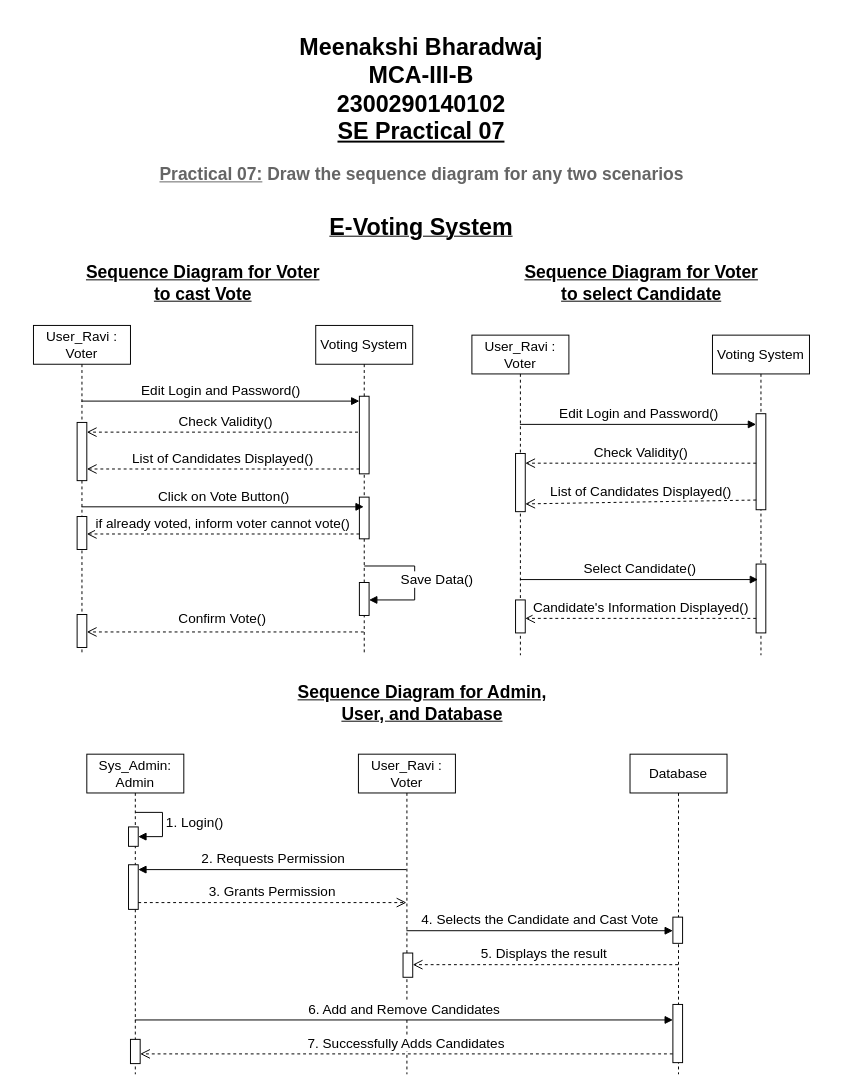
Earlier version of the draw.io diagram SE new1.drawio (mbtions/drawioDiagrams). Source tidied: cells renumbered, new cells numbered last; positions are measured from the earlier drawing's top-left corner, leaving out a move shared by most shapes. Both pictures are drawn from the tidied source at 97%, with x=0, y=0 at pixel (33, 26).
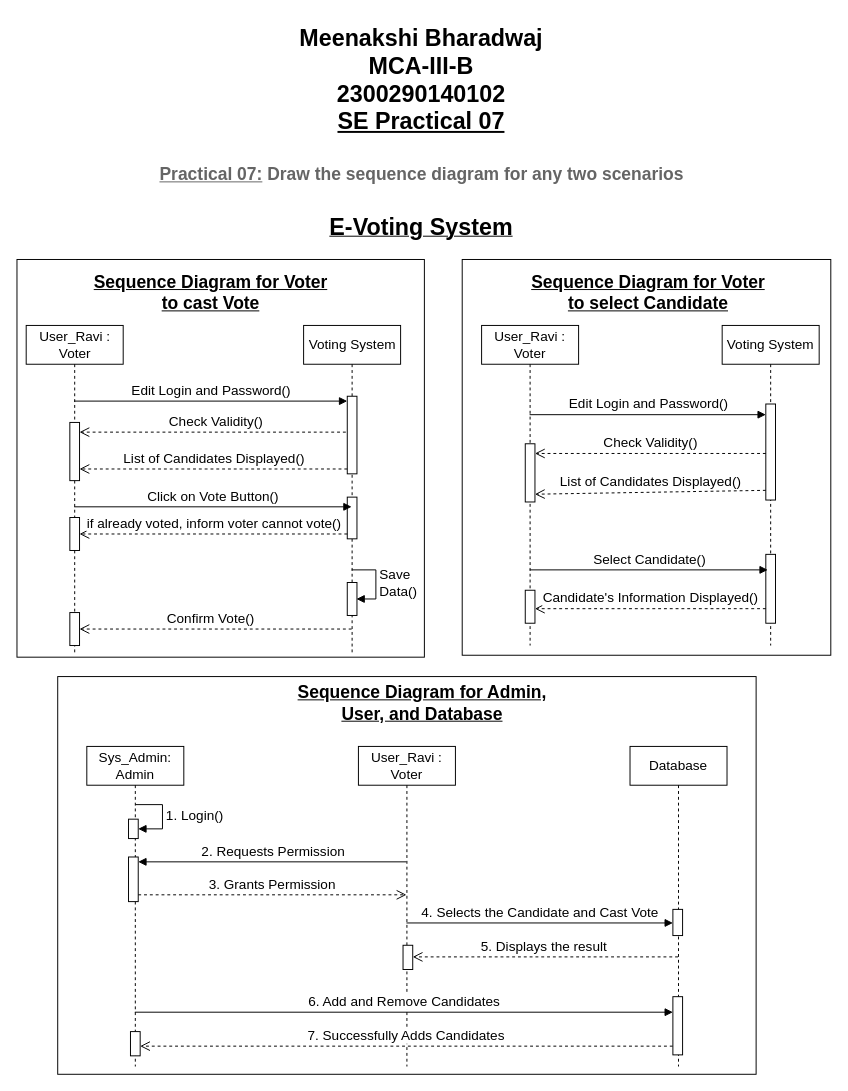
The same diagram, later.

Unchanged cells that the change refers to:
```xml
<mxCell id="10" style="html=1;points=[[0,0,0,0,5],[0,1,0,0,-5],[1,0,0,0,5],[1,1,0,0,-5]];perimeter=orthogonalPerimeter;outlineConnect=0;targetShapes=umlLifeline;portConstraint=eastwest;newEdgeStyle={&quot;curved&quot;:0,&quot;rounded&quot;:0};" parent="9" vertex="1">
  <mxGeometry x="45" y="100" width="10" height="60" as="geometry" />
</mxCell>
<mxCell id="13" style="html=1;points=[[0,0,0,0,5],[0,1,0,0,-5],[1,0,0,0,5],[1,1,0,0,-5]];perimeter=orthogonalPerimeter;outlineConnect=0;targetShapes=umlLifeline;portConstraint=eastwest;newEdgeStyle={&quot;curved&quot;:0,&quot;rounded&quot;:0};" parent="12" vertex="1">
  <mxGeometry x="45" y="177" width="10" height="43" as="geometry" />
</mxCell>
<mxCell id="14" style="html=1;points=[[0,0,0,0,5],[0,1,0,0,-5],[1,0,0,0,5],[1,1,0,0,-5]];perimeter=orthogonalPerimeter;outlineConnect=0;targetShapes=umlLifeline;portConstraint=eastwest;newEdgeStyle={&quot;curved&quot;:0,&quot;rounded&quot;:0};" parent="12" vertex="1">
  <mxGeometry x="45" y="73" width="10" height="80" as="geometry" />
</mxCell>
<mxCell id="19" style="html=1;points=[[0,0,0,0,5],[0,1,0,0,-5],[1,0,0,0,5],[1,1,0,0,-5]];perimeter=orthogonalPerimeter;outlineConnect=0;targetShapes=umlLifeline;portConstraint=eastwest;newEdgeStyle={&quot;curved&quot;:0,&quot;rounded&quot;:0};" parent="18" vertex="1">
  <mxGeometry x="45" y="122" width="10" height="60" as="geometry" />
</mxCell>
<mxCell id="20" style="html=1;points=[[0,0,0,0,5],[0,1,0,0,-5],[1,0,0,0,5],[1,1,0,0,-5]];perimeter=orthogonalPerimeter;outlineConnect=0;targetShapes=umlLifeline;portConstraint=eastwest;newEdgeStyle={&quot;curved&quot;:0,&quot;rounded&quot;:0};" parent="18" vertex="1">
  <mxGeometry x="45" y="273" width="10" height="34" as="geometry" />
</mxCell>
<mxCell id="35" style="html=1;points=[[0,0,0,0,5],[0,1,0,0,-5],[1,0,0,0,5],[1,1,0,0,-5]];perimeter=orthogonalPerimeter;outlineConnect=0;targetShapes=umlLifeline;portConstraint=eastwest;newEdgeStyle={&quot;curved&quot;:0,&quot;rounded&quot;:0};" parent="32" vertex="1">
  <mxGeometry x="43" y="114" width="10" height="46" as="geometry" />
</mxCell>
```

The edit, as a diff of the source:
```diff
@@
+    <mxCell id="51" style="rounded=0;whiteSpace=wrap;html=1;" parent="1" vertex="1">
+      <mxGeometry x="25" y="670" width="720" height="410" as="geometry" />
+    </mxCell>
+    <mxCell id="52" style="rounded=0;whiteSpace=wrap;html=1;" parent="1" vertex="1">
+      <mxGeometry x="442" y="240" width="380" height="408" as="geometry" />
+    </mxCell>
+    <mxCell id="53" style="rounded=0;whiteSpace=wrap;html=1;" parent="1" vertex="1">
+      <mxGeometry x="-17" y="240" width="420" height="410" as="geometry" />
+    </mxCell>
@@
     <mxCell id="3" value="&lt;font style=&quot;font-size: 24px;&quot;&gt;&lt;b style=&quot;&quot;&gt;Meenakshi Bharadwaj&lt;/b&gt;&lt;/font&gt;&lt;div&gt;&lt;font style=&quot;font-size: 24px;&quot;&gt;&lt;b&gt;MCA-III-B&lt;/b&gt;&lt;/font&gt;&lt;/div&gt;&lt;div&gt;&lt;font style=&quot;font-size: 24px;&quot;&gt;&lt;b&gt;2300290140102&lt;/b&gt;&lt;/font&gt;&lt;/div&gt;&lt;div&gt;&lt;font style=&quot;font-size: 24px;&quot;&gt;&lt;b style=&quot;&quot;&gt;&lt;u style=&quot;&quot;&gt;SE Practical 07&lt;/u&gt;&lt;/b&gt;&lt;/font&gt;&lt;/div&gt;" style="text;html=1;align=center;verticalAlign=middle;whiteSpace=wrap;rounded=0;" parent="1" vertex="1">
-      <mxGeometry width="800" height="130" as="geometry" />
+      <mxGeometry y="-10" width="800" height="130" as="geometry" />
     </mxCell>
@@
     <mxCell id="5" value="&lt;font style=&quot;font-size: 18px;&quot;&gt;&lt;b&gt;&lt;u&gt;Sequence Diagram for Voter to cast Vote&lt;/u&gt;&lt;/b&gt;&lt;/font&gt;" style="text;html=1;align=center;verticalAlign=middle;whiteSpace=wrap;rounded=0;" parent="1" vertex="1">
-      <mxGeometry x="45" y="250" width="260" height="30" as="geometry" />
+      <mxGeometry x="52.5" y="260" width="260" height="30" as="geometry" />
     </mxCell>
     <mxCell id="6" value="&lt;font style=&quot;font-size: 18px;&quot;&gt;&lt;b&gt;&lt;u&gt;Sequence Diagram for Voter to select Candidate&lt;/u&gt;&lt;/b&gt;&lt;/font&gt;" style="text;html=1;align=center;verticalAlign=middle;whiteSpace=wrap;rounded=0;" parent="1" vertex="1">
-      <mxGeometry x="495" y="250" width="264" height="30" as="geometry" />
+      <mxGeometry x="502" y="260" width="264" height="30" as="geometry" />
     </mxCell>
-    <mxCell id="7" value="&lt;font style=&quot;font-size: 14px;&quot;&gt;Edit Login and Password()&lt;/font&gt;" style="html=1;verticalAlign=bottom;endArrow=block;curved=0;rounded=0;entryX=0;entryY=0;entryDx=0;entryDy=5;" parent="1" edge="1" target="14">
-      <mxGeometry relative="1" as="geometry">
-        <mxPoint x="49.5" y="386" as="sourcePoint" />
-      </mxGeometry>
+    <mxCell id="7" value="&lt;font style=&quot;font-size: 14px;&quot;&gt;Edit Login and Password()&lt;/font&gt;" style="html=1;verticalAlign=bottom;endArrow=block;curved=0;rounded=0;entryX=0;entryY=0;entryDx=0;entryDy=5;" parent="1" edge="1" source="9" target="14">
+      <mxGeometry relative="1" as="geometry" />
     </mxCell>
     <mxCell id="8" value="&lt;font style=&quot;font-size: 14px;&quot;&gt;Check Validity()&lt;/font&gt;" style="html=1;verticalAlign=bottom;endArrow=open;dashed=1;endSize=8;curved=0;rounded=0;" parent="1" edge="1" source="12" target="10">
       <mxGeometry relative="1" as="geometry">
         <Array as="points">
-          <mxPoint x="140" y="418" />
+          <mxPoint x="127.5" y="418" />
         </Array>
       </mxGeometry>
     </mxCell>
     <mxCell id="9" value="&lt;font style=&quot;font-size: 14px;&quot;&gt;User_Ravi : Voter&lt;/font&gt;" style="shape=umlLifeline;perimeter=lifelinePerimeter;whiteSpace=wrap;html=1;outlineConnect=0;portConstraint=eastwest;newEdgeStyle={&quot;curved&quot;:0,&quot;rounded&quot;:0};" parent="1" vertex="1">
-      <mxGeometry y="308" width="100" height="340" as="geometry" />
+      <mxGeometry x="-7.5" y="308" width="100" height="340" as="geometry" />
     </mxCell>
@@
     <mxCell id="11" style="html=1;points=[[0,0,0,0,5],[0,1,0,0,-5],[1,0,0,0,5],[1,1,0,0,-5]];perimeter=orthogonalPerimeter;outlineConnect=0;targetShapes=umlLifeline;portConstraint=eastwest;newEdgeStyle={&quot;curved&quot;:0,&quot;rounded&quot;:0};" parent="9" vertex="1">
-      <mxGeometry x="45" y="197" width="10" height="34" as="geometry" />
+      <mxGeometry x="45" y="198" width="10" height="34" as="geometry" />
     </mxCell>
     <mxCell id="12" value="&lt;font style=&quot;font-size: 14px;&quot;&gt;Voting System&lt;/font&gt;" style="shape=umlLifeline;perimeter=lifelinePerimeter;whiteSpace=wrap;html=1;outlineConnect=0;portConstraint=eastwest;newEdgeStyle={&quot;curved&quot;:0,&quot;rounded&quot;:0};" parent="1" vertex="1">
-      <mxGeometry x="291" y="308" width="100" height="340" as="geometry" />
+      <mxGeometry x="278.5" y="308" width="100" height="340" as="geometry" />
     </mxCell>
@@
-    <mxCell id="16" value="&lt;font style=&quot;font-size: 14px;&quot;&gt;Save Data()&lt;/font&gt;" style="html=1;align=left;spacingLeft=2;endArrow=block;rounded=0;edgeStyle=orthogonalEdgeStyle;curved=0;rounded=0;" parent="12" edge="1">
-      <mxGeometry x="-0.49" y="-14" relative="1" as="geometry">
-        <mxPoint x="50" y="248" as="sourcePoint" />
-        <mxPoint x="55" y="283" as="targetPoint" />
-        <Array as="points">
-          <mxPoint x="102" y="248" />
-          <mxPoint x="102" y="283" />
-        </Array>
-      </mxGeometry>
-    </mxCell>
     <mxCell id="17" value="&lt;font style=&quot;font-size: 14px;&quot;&gt;Edit Login and Password()&lt;/font&gt;" style="html=1;verticalAlign=bottom;endArrow=block;curved=0;rounded=0;entryX=0;entryY=0;entryDx=0;entryDy=5;" parent="1" edge="1">
       <mxGeometry relative="1" as="geometry">
-        <mxPoint x="501.5" y="410" as="sourcePoint" />
-        <mxPoint x="745" y="410" as="targetPoint" />
+        <mxPoint x="511.5" y="400" as="sourcePoint" />
+        <mxPoint x="755" y="400" as="targetPoint" />
       </mxGeometry>
     </mxCell>
     <mxCell id="18" value="&lt;font style=&quot;font-size: 14px;&quot;&gt;User_Ravi&amp;nbsp;: Voter&lt;/font&gt;" style="shape=umlLifeline;perimeter=lifelinePerimeter;whiteSpace=wrap;html=1;newEdgeStyle={&quot;curved&quot;:0,&quot;rounded&quot;:0};" parent="1" vertex="1">
-      <mxGeometry x="452" y="318" width="100" height="330" as="geometry" />
+      <mxGeometry x="462" y="308" width="100" height="330" as="geometry" />
     </mxCell>
@@
     <mxCell id="21" value="&lt;font style=&quot;font-size: 14px;&quot;&gt;Voting System&lt;/font&gt;" style="shape=umlLifeline;perimeter=lifelinePerimeter;whiteSpace=wrap;html=1;newEdgeStyle={&quot;curved&quot;:0,&quot;rounded&quot;:0};" parent="1" vertex="1">
-      <mxGeometry x="700" y="318" width="100" height="330" as="geometry" />
+      <mxGeometry x="710" y="308" width="100" height="330" as="geometry" />
     </mxCell>
@@
-    <mxCell id="25" value="&lt;font style=&quot;font-size: 14px;&quot;&gt;if already voted, inform voter cannot vote()&lt;/font&gt;" style="html=1;verticalAlign=bottom;endArrow=open;dashed=1;endSize=8;curved=0;rounded=0;" parent="1" edge="1">
-      <mxGeometry relative="1" as="geometry">
-        <mxPoint x="336" y="523" as="sourcePoint" />
-        <mxPoint x="55" y="523" as="targetPoint" />
-      </mxGeometry>
+    <mxCell id="25" value="&lt;font style=&quot;font-size: 14px;&quot;&gt;if already voted, inform voter cannot vote()&lt;/font&gt;" style="html=1;verticalAlign=bottom;endArrow=open;dashed=1;endSize=8;curved=0;rounded=0;exitX=0;exitY=1;exitDx=0;exitDy=-5;exitPerimeter=0;" parent="1" edge="1" source="13" target="11">
+      <mxGeometry relative="1" as="geometry" />
     </mxCell>
     <mxCell id="26" value="&lt;font style=&quot;font-size: 14px;&quot;&gt;Check Validity()&lt;/font&gt;" style="html=1;verticalAlign=bottom;endArrow=open;dashed=1;endSize=8;curved=0;rounded=0;" parent="1" edge="1" target="19">
       <mxGeometry relative="1" as="geometry">
-        <mxPoint x="745" y="450" as="sourcePoint" />
+        <mxPoint x="755" y="440" as="sourcePoint" />
         <Array as="points">
-          <mxPoint x="597.5" y="450" />
+          <mxPoint x="607.5" y="440" />
         </Array>
       </mxGeometry>
     </mxCell>
     <mxCell id="27" value="&lt;font style=&quot;font-size: 14px;&quot;&gt;List of Candidates Displayed()&lt;/font&gt;" style="html=1;verticalAlign=bottom;endArrow=open;dashed=1;endSize=8;curved=0;rounded=0;entryX=1;entryY=1;entryDx=0;entryDy=-5;entryPerimeter=0;" parent="1" edge="1">
       <mxGeometry relative="1" as="geometry">
-        <mxPoint x="745" y="488" as="sourcePoint" />
-        <mxPoint x="507" y="492" as="targetPoint" />
+        <mxPoint x="755" y="478" as="sourcePoint" />
+        <mxPoint x="517" y="482" as="targetPoint" />
       </mxGeometry>
     </mxCell>
     <mxCell id="28" value="&lt;font style=&quot;font-size: 14px;&quot;&gt;Select Candidate()&lt;/font&gt;" style="html=1;verticalAlign=bottom;endArrow=block;curved=0;rounded=0;" parent="1" edge="1">
       <mxGeometry relative="1" as="geometry">
-        <mxPoint x="501.5" y="570" as="sourcePoint" />
-        <mxPoint x="747" y="570" as="targetPoint" />
+        <mxPoint x="511.5" y="560" as="sourcePoint" />
+        <mxPoint x="757" y="560" as="targetPoint" />
       </mxGeometry>
     </mxCell>
     <mxCell id="29" value="&lt;font style=&quot;font-size: 14px;&quot;&gt;Candidate's Information Displayed()&lt;/font&gt;" style="html=1;verticalAlign=bottom;endArrow=open;dashed=1;endSize=8;curved=0;rounded=0;" parent="1" edge="1" target="20">
       <mxGeometry relative="1" as="geometry">
-        <mxPoint x="745" y="610" as="sourcePoint" />
+        <mxPoint x="755" y="600" as="sourcePoint" />
         <Array as="points">
-          <mxPoint x="607.2" y="610" />
+          <mxPoint x="617.2" y="600" />
         </Array>
       </mxGeometry>
     </mxCell>
-    <mxCell id="30" value="&lt;font style=&quot;font-size: 14px;&quot;&gt;Click on Vote Button()&lt;/font&gt;" style="html=1;verticalAlign=bottom;endArrow=block;curved=0;rounded=0;" parent="1" edge="1">
+    <mxCell id="30" value="&lt;font style=&quot;font-size: 14px;&quot;&gt;Click on Vote Button()&lt;/font&gt;" style="html=1;verticalAlign=bottom;endArrow=block;curved=0;rounded=0;" parent="1" edge="1" source="9">
       <mxGeometry relative="1" as="geometry">
-        <mxPoint x="49.5" y="495" as="sourcePoint" />
-        <mxPoint x="340.5" y="495" as="targetPoint" />
+        <mxPoint x="328" y="495" as="targetPoint" />
       </mxGeometry>
     </mxCell>
@@
     <mxCell id="32" value="&lt;font style=&quot;font-size: 14px;&quot;&gt;Sys_Admin: Admin&lt;/font&gt;" style="shape=umlLifeline;perimeter=lifelinePerimeter;whiteSpace=wrap;html=1;newEdgeStyle={&quot;curved&quot;:0,&quot;rounded&quot;:0};" parent="1" vertex="1">
-      <mxGeometry x="55" y="750" width="100" height="330" as="geometry" />
+      <mxGeometry x="55" y="742" width="100" height="330" as="geometry" />
     </mxCell>
@@
     <mxCell id="37" value="&lt;font style=&quot;font-size: 14px;&quot;&gt;User_Ravi : Voter&lt;/font&gt;" style="shape=umlLifeline;perimeter=lifelinePerimeter;whiteSpace=wrap;html=1;newEdgeStyle={&quot;curved&quot;:0,&quot;rounded&quot;:0};" parent="1" vertex="1">
-      <mxGeometry x="335" y="750" width="100" height="330" as="geometry" />
+      <mxGeometry x="335" y="742" width="100" height="330" as="geometry" />
     </mxCell>
@@
     <mxCell id="39" value="&lt;font style=&quot;font-size: 14px;&quot;&gt;Database&lt;/font&gt;" style="shape=umlLifeline;perimeter=lifelinePerimeter;whiteSpace=wrap;html=1;newEdgeStyle={&quot;curved&quot;:0,&quot;rounded&quot;:0};" parent="1" vertex="1">
-      <mxGeometry x="615" y="750" width="100" height="330" as="geometry" />
+      <mxGeometry x="615" y="742" width="100" height="330" as="geometry" />
     </mxCell>
@@
     <mxCell id="42" value="&lt;font style=&quot;font-size: 14px;&quot;&gt;2. Requests Permission&lt;/font&gt;" style="html=1;verticalAlign=bottom;endArrow=block;curved=0;rounded=0;entryX=1;entryY=0;entryDx=0;entryDy=5;" parent="1" edge="1" target="35">
       <mxGeometry relative="1" as="geometry">
-        <mxPoint x="384.5" y="869" as="sourcePoint" />
+        <mxPoint x="384.5" y="861" as="sourcePoint" />
       </mxGeometry>
     </mxCell>
     <mxCell id="43" value="&lt;font style=&quot;font-size: 14px;&quot;&gt;3. Grants Permission&lt;/font&gt;" style="html=1;verticalAlign=bottom;endArrow=open;dashed=1;endSize=8;curved=0;rounded=0;" parent="1" edge="1">
       <mxGeometry relative="1" as="geometry">
-        <mxPoint x="108" y="903" as="sourcePoint" />
-        <mxPoint x="384.5" y="903" as="targetPoint" />
+        <mxPoint x="108" y="895" as="sourcePoint" />
+        <mxPoint x="384.5" y="895" as="targetPoint" />
       </mxGeometry>
     </mxCell>
     <mxCell id="44" value="&lt;font style=&quot;font-size: 14px;&quot;&gt;4. Selects the Candidate and Cast Vote&lt;/font&gt;" style="html=1;verticalAlign=bottom;endArrow=block;curved=0;rounded=0;entryX=0;entryY=0;entryDx=0;entryDy=5;" parent="1" edge="1">
       <mxGeometry relative="1" as="geometry">
-        <mxPoint x="384.5" y="932" as="sourcePoint" />
-        <mxPoint x="659.2" y="932" as="targetPoint" />
+        <mxPoint x="384.5" y="924" as="sourcePoint" />
+        <mxPoint x="659.2" y="924" as="targetPoint" />
       </mxGeometry>
     </mxCell>
     <mxCell id="45" value="&lt;font style=&quot;font-size: 14px;&quot;&gt;5. Displays the result&amp;nbsp;&lt;/font&gt;" style="html=1;verticalAlign=bottom;endArrow=open;dashed=1;endSize=8;curved=0;rounded=0;" parent="1" edge="1">
       <mxGeometry relative="1" as="geometry">
-        <mxPoint x="664.5" y="967" as="sourcePoint" />
-        <mxPoint x="391" y="967" as="targetPoint" />
+        <mxPoint x="664.5" y="959" as="sourcePoint" />
+        <mxPoint x="391" y="959" as="targetPoint" />
       </mxGeometry>
     </mxCell>
     <mxCell id="46" value="&lt;font style=&quot;font-size: 14px;&quot;&gt;6. Add and Remove Candidates&lt;/font&gt;" style="html=1;verticalAlign=bottom;endArrow=block;curved=0;rounded=0;entryX=0;entryY=0;entryDx=0;entryDy=5;" parent="1" edge="1">
       <mxGeometry relative="1" as="geometry">
-        <mxPoint x="104.5" y="1024" as="sourcePoint" />
-        <mxPoint x="659.2" y="1024" as="targetPoint" />
+        <mxPoint x="104.5" y="1016" as="sourcePoint" />
+        <mxPoint x="659.2" y="1016" as="targetPoint" />
       </mxGeometry>
     </mxCell>
     <mxCell id="47" value="&lt;font style=&quot;font-size: 14px;&quot;&gt;7. Successfully Adds Candidates&lt;/font&gt;" style="html=1;verticalAlign=bottom;endArrow=open;dashed=1;endSize=8;curved=0;rounded=0;" parent="1" edge="1">
       <mxGeometry relative="1" as="geometry">
-        <mxPoint x="659" y="1059" as="sourcePoint" />
-        <mxPoint x="110" y="1059" as="targetPoint" />
+        <mxPoint x="659" y="1051" as="sourcePoint" />
+        <mxPoint x="110" y="1051" as="targetPoint" />
       </mxGeometry>
     </mxCell>
-    <mxCell id="48" style="html=1;verticalAlign=bottom;endArrow=open;dashed=1;endSize=8;curved=0;rounded=0;" parent="1" edge="1" source="12">
+    <mxCell id="48" style="html=1;verticalAlign=bottom;endArrow=open;dashed=1;endSize=8;curved=0;rounded=0;" parent="1" edge="1" source="49">
       <mxGeometry relative="1" as="geometry">
-        <mxPoint x="55" y="624" as="targetPoint" />
+        <mxPoint x="42.5" y="624" as="targetPoint" />
       </mxGeometry>
     </mxCell>
+    <mxCell id="50" value="&lt;font style=&quot;font-size: 14px;&quot;&gt;Confirm Vote()&lt;/font&gt;" style="text;html=1;align=center;verticalAlign=middle;whiteSpace=wrap;rounded=0;" parent="1" vertex="1">
+      <mxGeometry x="132.5" y="595" width="100" height="30" as="geometry" />
+    </mxCell>
+    <mxCell id="16" value="&lt;span style=&quot;font-size: 14px;&quot;&gt;Save &lt;br&gt;Data()&lt;/span&gt;" style="html=1;align=left;spacingLeft=2;endArrow=block;rounded=0;edgeStyle=orthogonalEdgeStyle;curved=0;rounded=0;" parent="1" edge="1">
+      <mxGeometry relative="1" as="geometry">
+        <mxPoint x="328" y="560" as="sourcePoint" />
+        <mxPoint x="333" y="590" as="targetPoint" />
+        <Array as="points">
+          <mxPoint x="353" y="590" />
+        </Array>
+      </mxGeometry>
+    </mxCell>
+    <mxCell id="54" style="html=1;verticalAlign=bottom;endArrow=open;dashed=1;endSize=8;curved=0;rounded=0;" parent="1" edge="1">
+      <mxGeometry relative="1" as="geometry">
+        <mxPoint x="328" y="621" as="sourcePoint" />
+        <mxPoint x="47.5" y="621" as="targetPoint" />
+      </mxGeometry>
+    </mxCell>
     <mxCell id="49" style="html=1;points=[[0,0,0,0,5],[0,1,0,0,-5],[1,0,0,0,5],[1,1,0,0,-5]];perimeter=orthogonalPerimeter;outlineConnect=0;targetShapes=umlLifeline;portConstraint=eastwest;newEdgeStyle={&quot;curved&quot;:0,&quot;rounded&quot;:0};" parent="1" vertex="1">
-      <mxGeometry x="45" y="606" width="10" height="34" as="geometry" />
+      <mxGeometry x="37.5" y="604" width="10" height="34" as="geometry" />
     </mxCell>
-    <mxCell id="50" value="&lt;font style=&quot;font-size: 14px;&quot;&gt;Confirm Vote()&lt;/font&gt;" style="text;html=1;align=center;verticalAlign=middle;whiteSpace=wrap;rounded=0;" parent="1" vertex="1">
-      <mxGeometry x="145" y="595" width="100" height="30" as="geometry" />
-    </mxCell>
```
